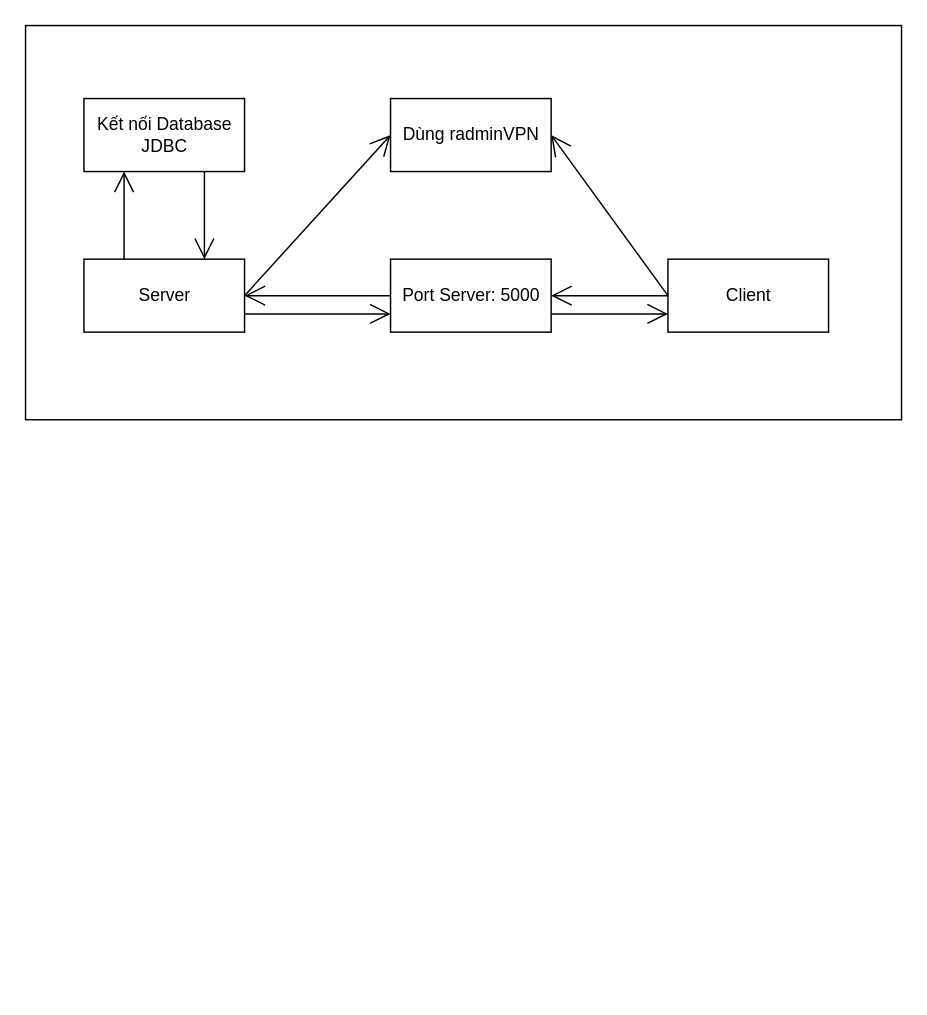
The draw.io diagram page "Cấu trúc" (2 of 3) of NUMBER_FINDING_GAME/Document/NumberFinding.drawio in TccKaiCi/NUMBER_FINDING_GAME, before the edit. Source tidied: cells renumbered, new cells numbered last; positions are measured from the earlier drawing's top-left corner, leaving out a move shared by most shapes. Both pictures are drawn from the tidied source at 146%, with x=0, y=0 at pixel (25, 25).
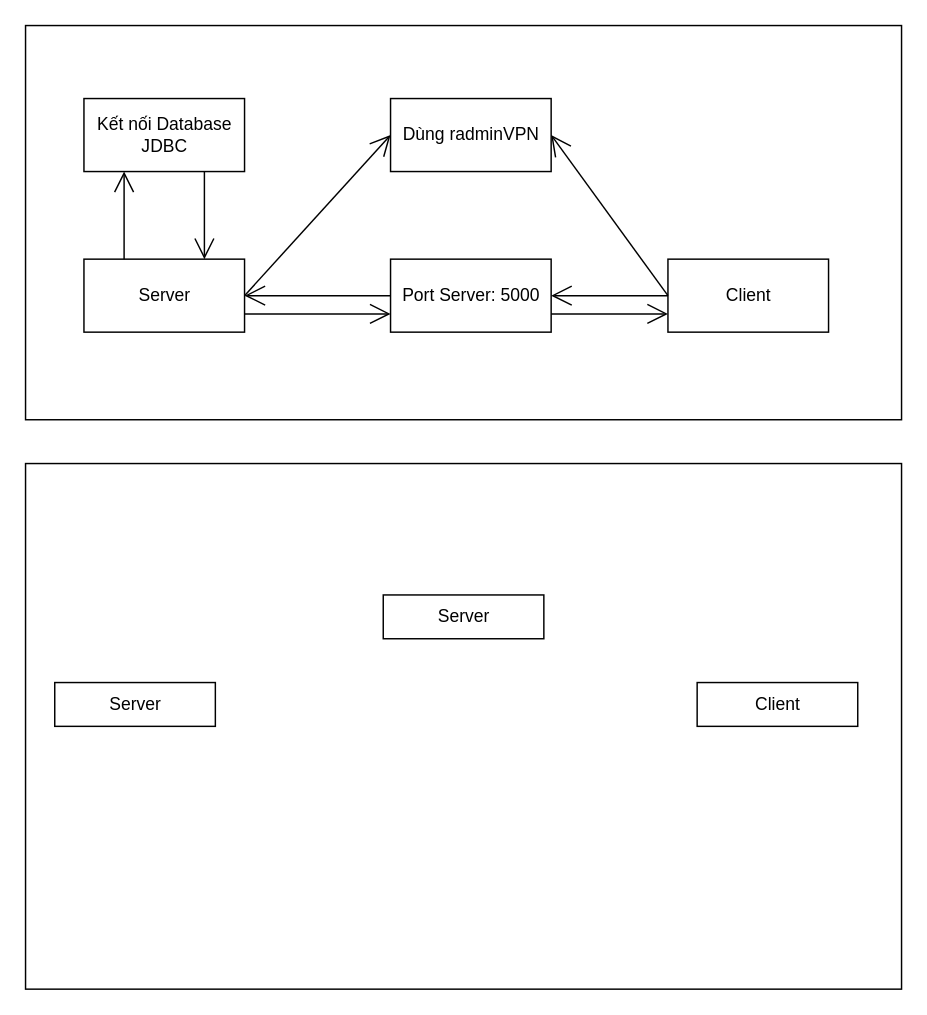
The same diagram, later.

The edit, as a diff of the source:
```diff
@@
 <mxGraphModel>
   <root>
     <mxCell id="0" />
     <mxCell id="1" parent="0" />
+    <mxCell id="16" style="whiteSpace=wrap;html=1;" parent="1" vertex="1">
+      <mxGeometry y="300" width="600" height="360" as="geometry" />
+    </mxCell>
     <mxCell id="2" style="whiteSpace=wrap;html=1;" parent="1" vertex="1">
       <mxGeometry width="600" height="270" as="geometry" />
     </mxCell>
     <mxCell id="3" value="Server" style="html=1;" parent="1" vertex="1">
       <mxGeometry x="40" y="160" width="110" height="50" as="geometry" />
     </mxCell>
     <mxCell id="4" value="Client" style="html=1;" parent="1" vertex="1">
       <mxGeometry x="440" y="160" width="110" height="50" as="geometry" />
     </mxCell>
     <mxCell id="5" value="Dùng radminVPN" style="html=1;" parent="1" vertex="1">
       <mxGeometry x="250" y="50" width="110" height="50" as="geometry" />
     </mxCell>
     <mxCell id="6" value="Kết nối Database&lt;br&gt;JDBC" style="html=1;" parent="1" vertex="1">
       <mxGeometry x="40" y="50" width="110" height="50" as="geometry" />
     </mxCell>
     <mxCell id="7" style="endArrow=open;endFill=1;endSize=12;html=1;entryX=0.25;entryY=1;entryDx=0;entryDy=0;exitX=0.25;exitY=0;exitDx=0;exitDy=0;" parent="1" edge="1" source="3" target="6">
       <mxGeometry relative="1" as="geometry" />
     </mxCell>
     <mxCell id="8" style="endArrow=open;endFill=1;endSize=12;html=1;entryX=0.75;entryY=0;entryDx=0;entryDy=0;exitX=0.75;exitY=1;exitDx=0;exitDy=0;" parent="1" edge="1" source="6" target="3">
       <mxGeometry relative="1" as="geometry" />
     </mxCell>
     <mxCell id="9" style="endArrow=open;endFill=1;endSize=12;html=1;exitX=1;exitY=0.5;exitDx=0;exitDy=0;entryX=0;entryY=0.5;entryDx=0;entryDy=0;" parent="1" edge="1" source="3" target="5">
       <mxGeometry relative="1" as="geometry" />
     </mxCell>
     <mxCell id="10" style="endArrow=open;endFill=1;endSize=12;html=1;exitX=0;exitY=0.5;exitDx=0;exitDy=0;entryX=1;entryY=0.5;entryDx=0;entryDy=0;" parent="1" edge="1" source="4" target="5">
       <mxGeometry relative="1" as="geometry" />
     </mxCell>
     <mxCell id="11" value="Port Server: 5000" style="html=1;" parent="1" vertex="1">
       <mxGeometry x="250" y="160" width="110" height="50" as="geometry" />
     </mxCell>
     <mxCell id="12" style="endArrow=open;endFill=1;endSize=12;html=1;exitX=0;exitY=0.5;exitDx=0;exitDy=0;entryX=1;entryY=0.5;entryDx=0;entryDy=0;" parent="1" edge="1" source="4" target="11">
       <mxGeometry relative="1" as="geometry" />
     </mxCell>
     <mxCell id="13" style="endArrow=open;endFill=1;endSize=12;html=1;exitX=0;exitY=0.5;exitDx=0;exitDy=0;entryX=1;entryY=0.5;entryDx=0;entryDy=0;" parent="1" edge="1" source="11" target="3">
       <mxGeometry relative="1" as="geometry" />
     </mxCell>
     <mxCell id="14" style="endArrow=open;endFill=1;endSize=12;html=1;exitX=1;exitY=0.75;exitDx=0;exitDy=0;entryX=0;entryY=0.75;entryDx=0;entryDy=0;" parent="1" edge="1" source="3" target="11">
       <mxGeometry relative="1" as="geometry" />
     </mxCell>
     <mxCell id="15" style="endArrow=open;endFill=1;endSize=12;html=1;exitX=1;exitY=0.75;exitDx=0;exitDy=0;entryX=0;entryY=0.75;entryDx=0;entryDy=0;" parent="1" edge="1" source="11" target="4">
       <mxGeometry relative="1" as="geometry" />
     </mxCell>
+    <mxCell id="17" value="Server" style="html=1;" parent="1" vertex="1">
+      <mxGeometry x="20" y="450" width="110" height="30" as="geometry" />
+    </mxCell>
+    <mxCell id="18" value="Client" style="html=1;" parent="1" vertex="1">
+      <mxGeometry x="460" y="450" width="110" height="30" as="geometry" />
+    </mxCell>
+    <mxCell id="19" value="Server" style="html=1;" parent="1" vertex="1">
+      <mxGeometry x="245" y="390" width="110" height="30" as="geometry" />
+    </mxCell>
   </root>
 </mxGraphModel>
```
